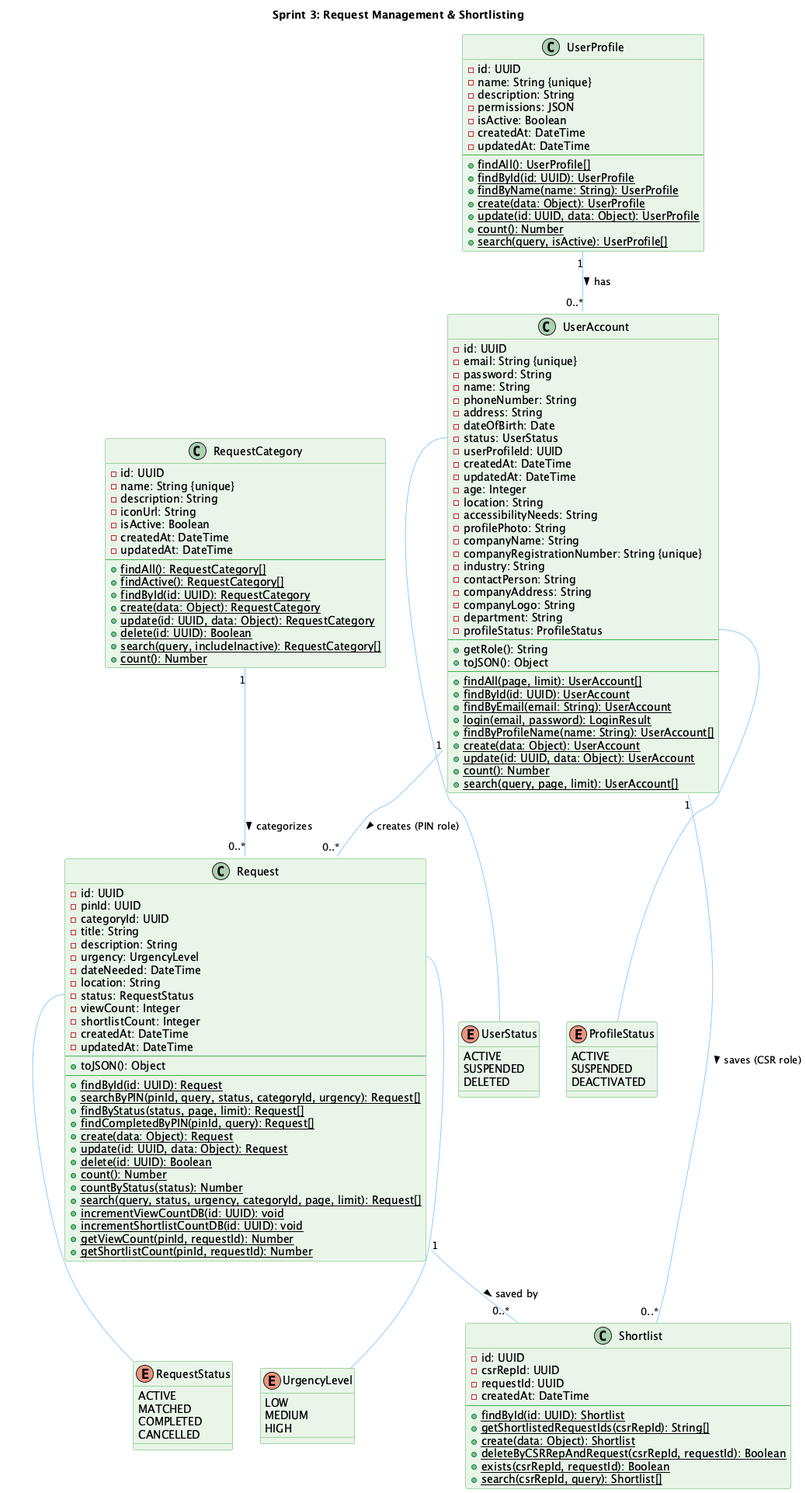
Above: diagrams/sprint3/Sprint3_Class_Diagram.png in MatthewGohyy/CSR-Volunteer-Matching-System (PlantUML), before the change. Source of this version:
```plantuml
@startuml Sprint3_Class_Diagram

!define ENTITY_COLOR #E8F5E9
!define ENUM_COLOR #FFF9C4
!define RELATION_COLOR #90CAF9

skinparam class {
    BackgroundColor ENTITY_COLOR
    BorderColor #4CAF50
    ArrowColor RELATION_COLOR
}

skinparam enum {
    BackgroundColor ENUM_COLOR
    BorderColor #FBC02D
}

title Sprint 3: Request Management & Shortlisting


enum UserStatus {
    ACTIVE
    SUSPENDED
    DELETED
}

enum ProfileStatus {
    ACTIVE
    SUSPENDED
    DEACTIVATED
}

enum RequestStatus {
    ACTIVE
    MATCHED
    COMPLETED
    CANCELLED
}

enum UrgencyLevel {
    LOW
    MEDIUM
    HIGH
}


class UserAccount {
    - id: UUID
    - email: String {unique}
    - password: String
    - name: String
    - phoneNumber: String
    - address: String
    - dateOfBirth: Date
    - status: UserStatus
    - userProfileId: UUID
    - createdAt: DateTime
    - updatedAt: DateTime
    - age: Integer
    - location: String
    - accessibilityNeeds: String
    - profilePhoto: String
    - companyName: String
    - companyRegistrationNumber: String {unique}
    - industry: String
    - contactPerson: String
    - companyAddress: String
    - companyLogo: String
    - department: String
    - profileStatus: ProfileStatus
    --
    + getRole(): String
    + toJSON(): Object
    --
    {static} + findAll(page, limit): UserAccount[]
    {static} + findById(id: UUID): UserAccount
    {static} + findByEmail(email: String): UserAccount
    {static} + login(email, password): LoginResult
    {static} + findByProfileName(name: String): UserAccount[]
    {static} + create(data: Object): UserAccount
    {static} + update(id: UUID, data: Object): UserAccount
    {static} + count(): Number
    {static} + search(query, page, limit): UserAccount[]
}

class UserProfile {
    - id: UUID
    - name: String {unique}
    - description: String
    - permissions: JSON
    - isActive: Boolean
    - createdAt: DateTime
    - updatedAt: DateTime
    --
    {static} + findAll(): UserProfile[]
    {static} + findById(id: UUID): UserProfile
    {static} + findByName(name: String): UserProfile
    {static} + create(data: Object): UserProfile
    {static} + update(id: UUID, data: Object): UserProfile
    {static} + count(): Number
    {static} + search(query, isActive): UserProfile[]
}

class RequestCategory {
    - id: UUID
    - name: String {unique}
    - description: String
    - iconUrl: String
    - isActive: Boolean
    - createdAt: DateTime
    - updatedAt: DateTime
    --
    {static} + findAll(): RequestCategory[]
    {static} + findActive(): RequestCategory[]
    {static} + findById(id: UUID): RequestCategory
    {static} + create(data: Object): RequestCategory
    {static} + update(id: UUID, data: Object): RequestCategory
    {static} + delete(id: UUID): Boolean
    {static} + search(query, includeInactive): RequestCategory[]
    {static} + count(): Number
}


class Request {
    - id: UUID
    - pinId: UUID
    - categoryId: UUID
    - title: String
    - description: String
    - urgency: UrgencyLevel
    - dateNeeded: DateTime
    - location: String
    - status: RequestStatus
    - viewCount: Integer
    - shortlistCount: Integer
    - createdAt: DateTime
    - updatedAt: DateTime
    --
    + toJSON(): Object
    --
    {static} + findById(id: UUID): Request
    {static} + searchByPIN(pinId, query, status, categoryId, urgency): Request[]
    {static} + findByStatus(status, page, limit): Request[]
    {static} + findCompletedByPIN(pinId, query): Request[]
    {static} + create(data: Object): Request
    {static} + update(id: UUID, data: Object): Request
    {static} + delete(id: UUID): Boolean
    {static} + count(): Number
    {static} + countByStatus(status): Number
    {static} + search(query, status, urgency, categoryId, page, limit): Request[]
    {static} + incrementViewCountDB(id: UUID): void
    {static} + incrementShortlistCountDB(id: UUID): void
    {static} + getViewCount(pinId, requestId): Number
    {static} + getShortlistCount(pinId, requestId): Number
}

class Shortlist {
    - id: UUID
    - csrRepId: UUID
    - requestId: UUID
    - createdAt: DateTime
    --
    {static} + findById(id: UUID): Shortlist
    {static} + getShortlistedRequestIds(csrRepId): String[]
    {static} + create(data: Object): Shortlist
    {static} + deleteByCSRRepAndRequest(csrRepId, requestId): Boolean
    {static} + exists(csrRepId, requestId): Boolean
    {static} + search(csrRepId, query): Shortlist[]
}


UserProfile "1" -- "0..*" UserAccount : has >
UserAccount::status -- UserStatus
UserAccount::profileStatus -- ProfileStatus

RequestCategory "1" -- "0..*" Request : categorizes >
UserAccount "1" -- "0..*" Request : creates (PIN role) >
Request::status -- RequestStatus
Request::urgency -- UrgencyLevel

UserAccount "1" -- "0..*" Shortlist : saves (CSR role) >
Request "1" -- "0..*" Shortlist : saved by >

@enduml
```
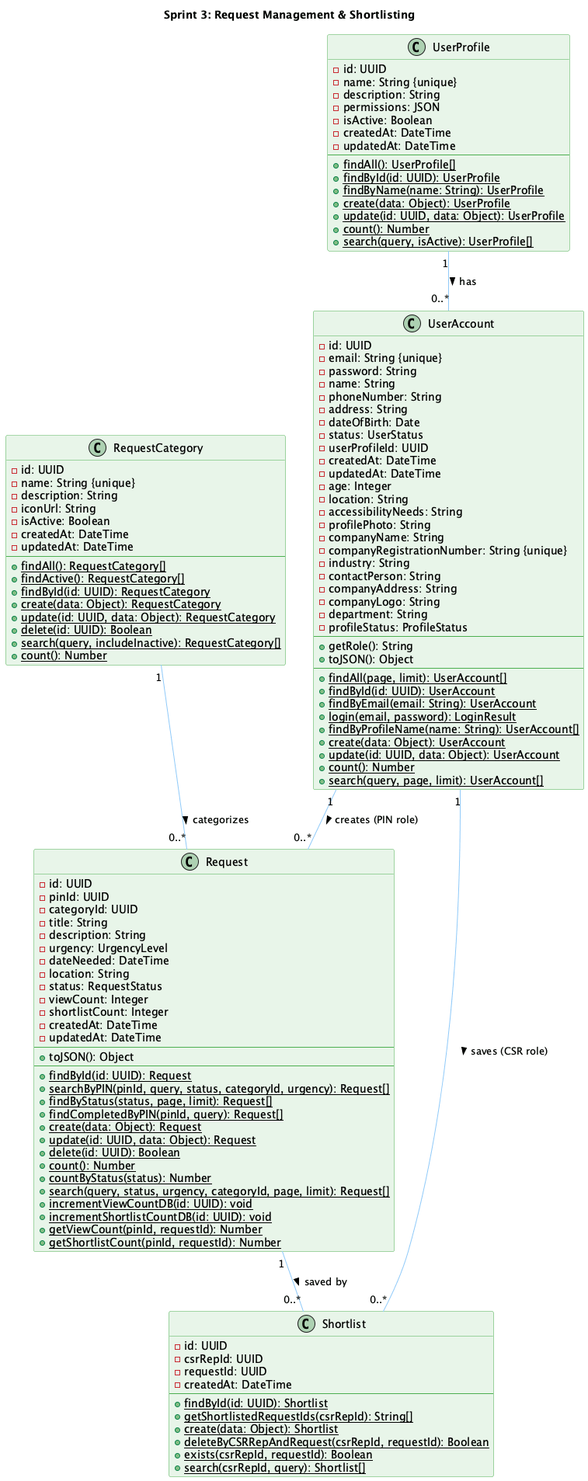
The same diagram one commit later.

Commit message:
Regenerate class diagram PNGs after enum removal

Change to the diagram source:
```diff
@@ -1,7 +1,6 @@
 @startuml Sprint3_Class_Diagram
 
 !define ENTITY_COLOR #E8F5E9
-!define ENUM_COLOR #FFF9C4
 !define RELATION_COLOR #90CAF9
 
 skinparam class {
@@ -10,38 +9,13 @@
     ArrowColor RELATION_COLOR
 }
 
-skinparam enum {
-    BackgroundColor ENUM_COLOR
-    BorderColor #FBC02D
-}
 
 title Sprint 3: Request Management & Shortlisting
 
 
-enum UserStatus {
-    ACTIVE
-    SUSPENDED
-    DELETED
-}
 
-enum ProfileStatus {
-    ACTIVE
-    SUSPENDED
-    DEACTIVATED
-}
 
-enum RequestStatus {
-    ACTIVE
-    MATCHED
-    COMPLETED
-    CANCELLED
-}
 
-enum UrgencyLevel {
-    LOW
-    MEDIUM
-    HIGH
-}
 
 
 class UserAccount {
@@ -170,13 +144,9 @@
 
 
 UserProfile "1" -- "0..*" UserAccount : has >
-UserAccount::status -- UserStatus
-UserAccount::profileStatus -- ProfileStatus
 
 RequestCategory "1" -- "0..*" Request : categorizes >
 UserAccount "1" -- "0..*" Request : creates (PIN role) >
-Request::status -- RequestStatus
-Request::urgency -- UrgencyLevel
 
 UserAccount "1" -- "0..*" Shortlist : saves (CSR role) >
 Request "1" -- "0..*" Shortlist : saved by >
```
